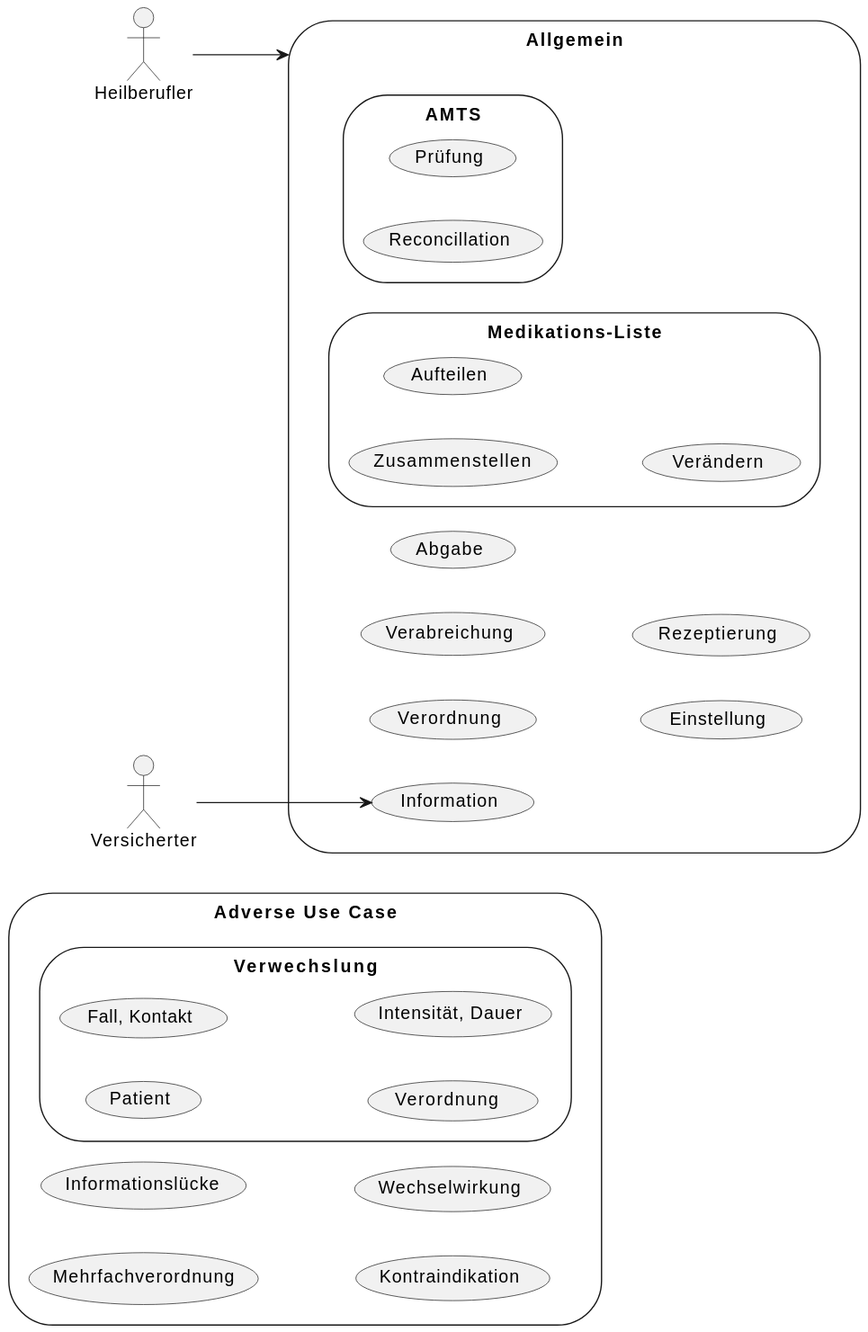
gematik/spec-ISiK-Medikation keeps this PlantUML diagram as Material/images/diagrams/usecases.svg. Above is the earlier version.
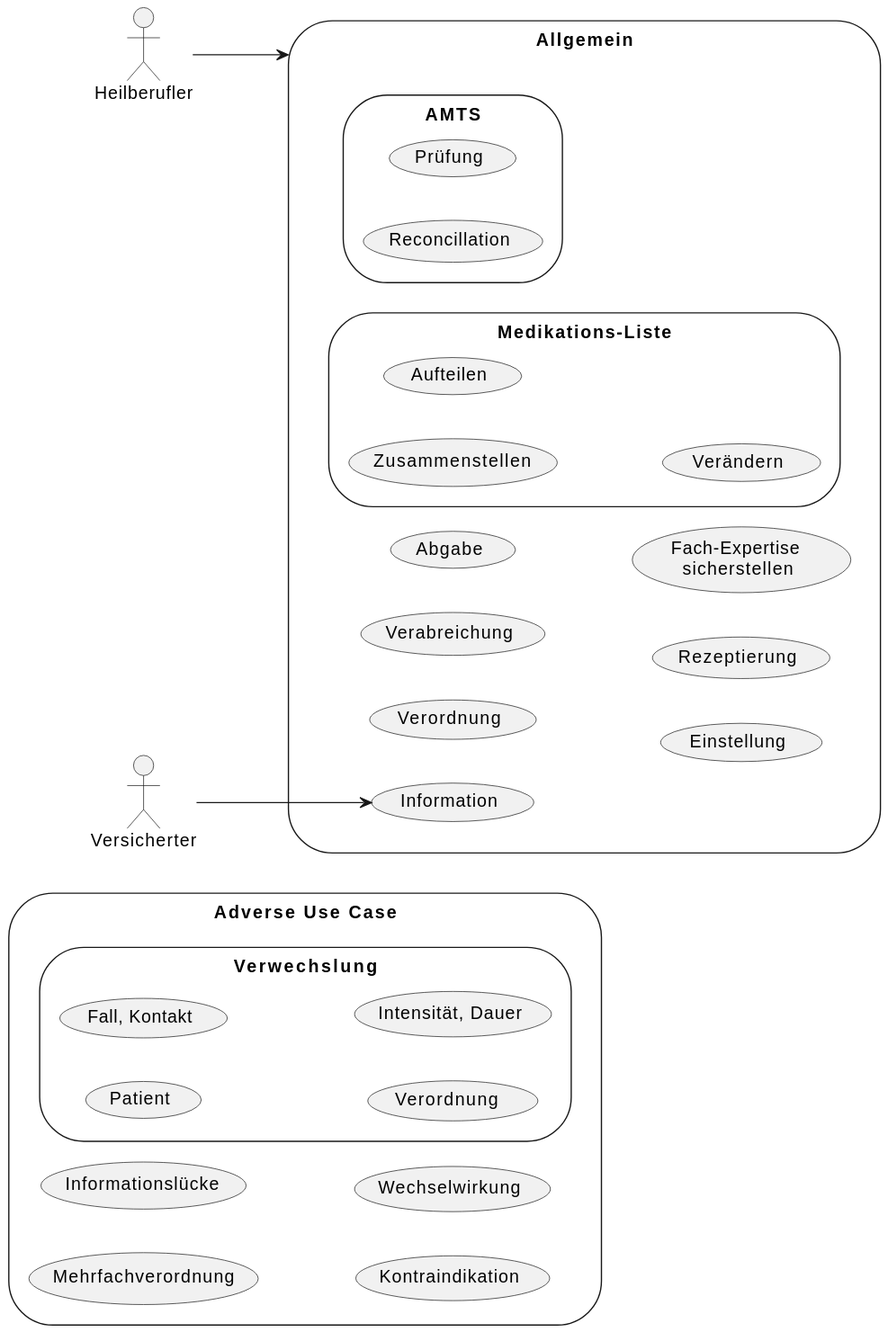
Later version of the same file.

Change to the diagram source:
```diff
@@ -23,6 +23,7 @@
     (Abgabe)
     (Einstellung)
     (Rezeptierung)
+    (Fach-Expertise \nsicherstellen)
     storage (AMTS){
         (Prüfung)
         (Reconcillation)
```
